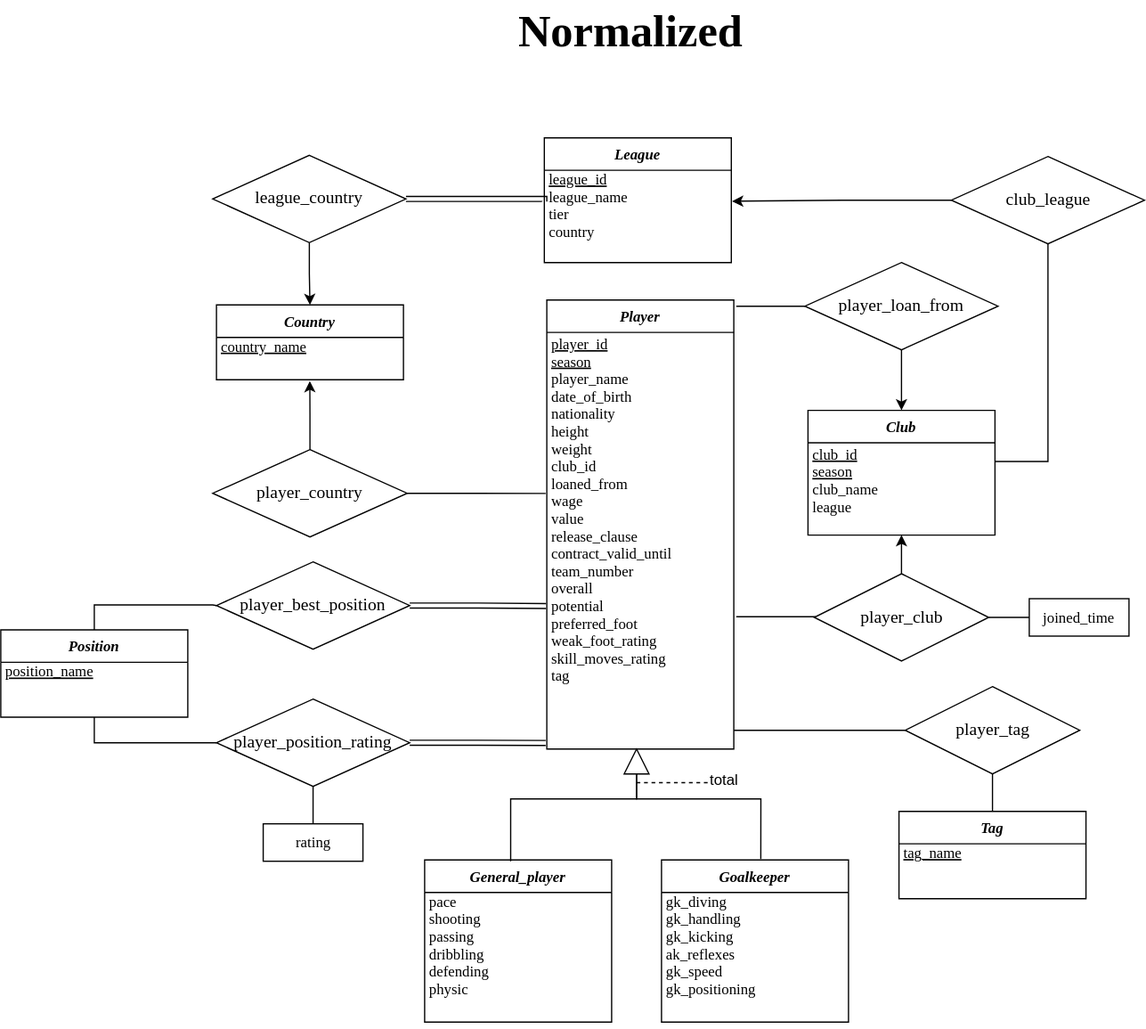
This is ERD/ERD-normalized.svg from UndertakerW/FIFADB, a draw.io export, as it was before one commit. Source tidied: cells renumbered, new cells last; positions are measured from the earlier drawing's top-left corner, leaving out a move shared by most shapes.
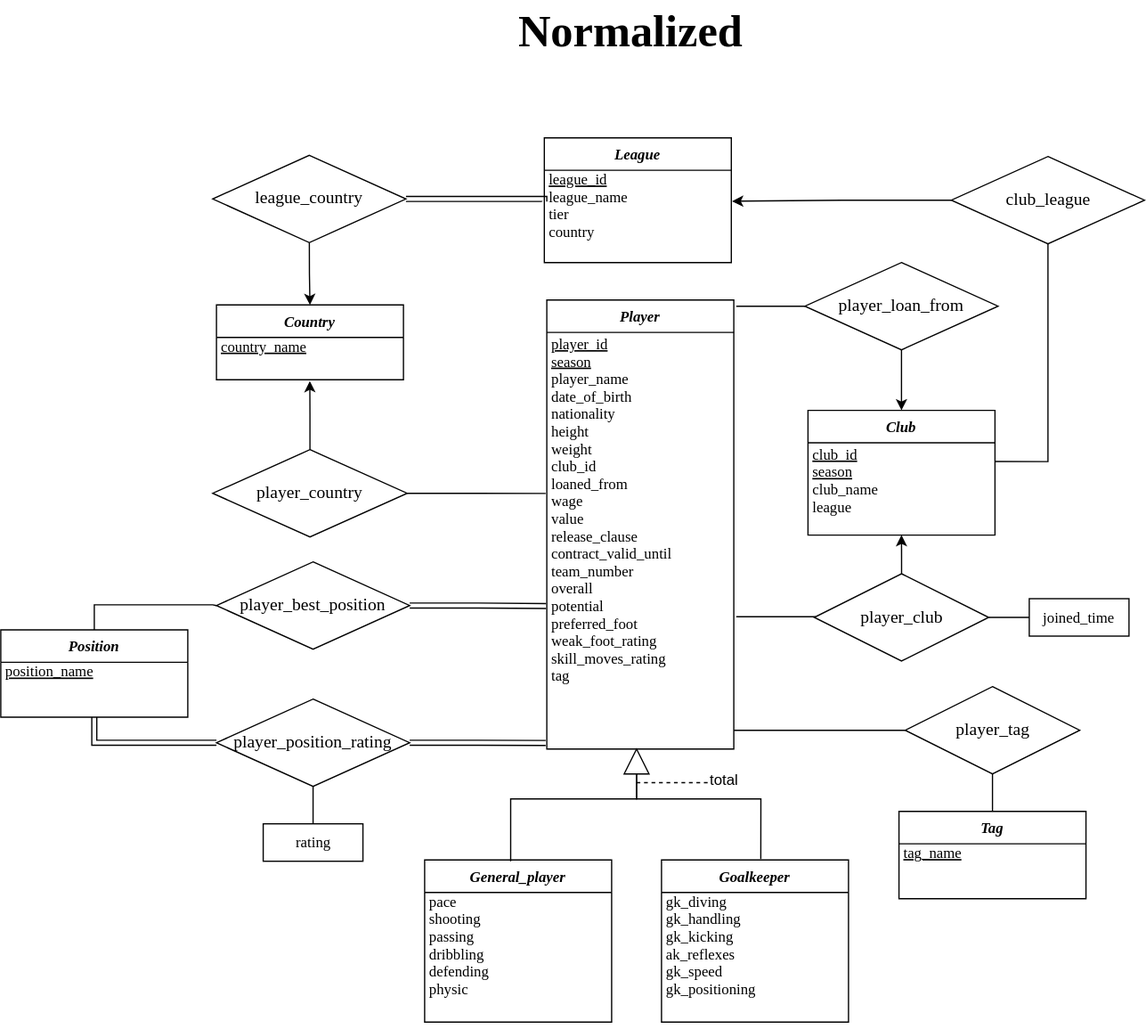
Later version of the same file.

The edit, as a diff of the source:
```diff
@@ -141,7 +141,7 @@
     <mxCell id="41" style="edgeStyle=orthogonalEdgeStyle;rounded=0;jettySize=auto;html=1;exitX=0.5;exitY=0;exitDx=0;exitDy=0;entryX=0;entryY=0.5;entryDx=0;entryDy=0;fontFamily=Times New Roman;fontSize=12;startArrow=none;startFill=0;endArrow=none;endFill=0;strokeColor=#000000;" parent="1" edge="1" source="43" target="47">
       <mxGeometry relative="1" as="geometry" />
     </mxCell>
-    <mxCell id="42" style="edgeStyle=orthogonalEdgeStyle;rounded=0;jettySize=auto;html=1;entryX=0;entryY=0.5;entryDx=0;entryDy=0;fontFamily=Times New Roman;fontSize=12;startArrow=none;startFill=0;endArrow=none;endFill=0;strokeColor=#000000;" parent="1" edge="1" source="43" target="50">
+    <mxCell id="42" style="edgeStyle=orthogonalEdgeStyle;rounded=0;jettySize=auto;html=1;entryX=0;entryY=0.5;entryDx=0;entryDy=0;fontFamily=Times New Roman;fontSize=12;startArrow=none;startFill=0;endArrow=none;endFill=0;strokeColor=#000000;shape=link;" parent="1" edge="1" source="43" target="50">
       <mxGeometry relative="1" as="geometry">
         <Array as="points">
           <mxPoint x="75" y="595" />
```
